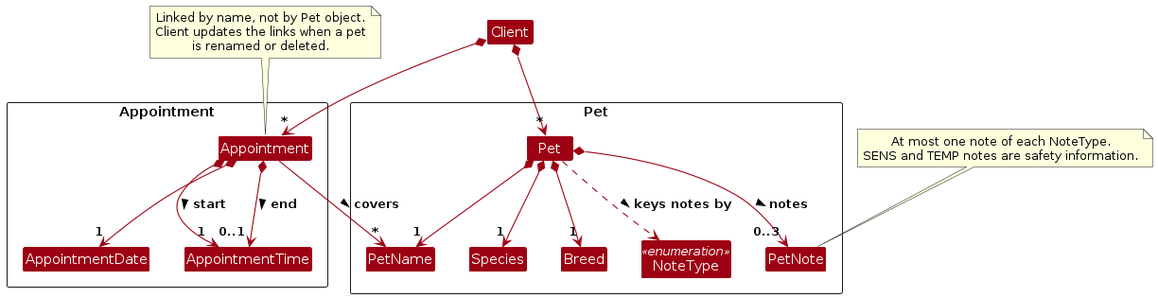
Earlier version of the PlantUML export diagrams/PetAppointmentClassDiagram.png (AY2627S1-CS2103T-T14-4/tp). Its source is kept beside it as diagrams/PetAppointmentClassDiagram.puml.
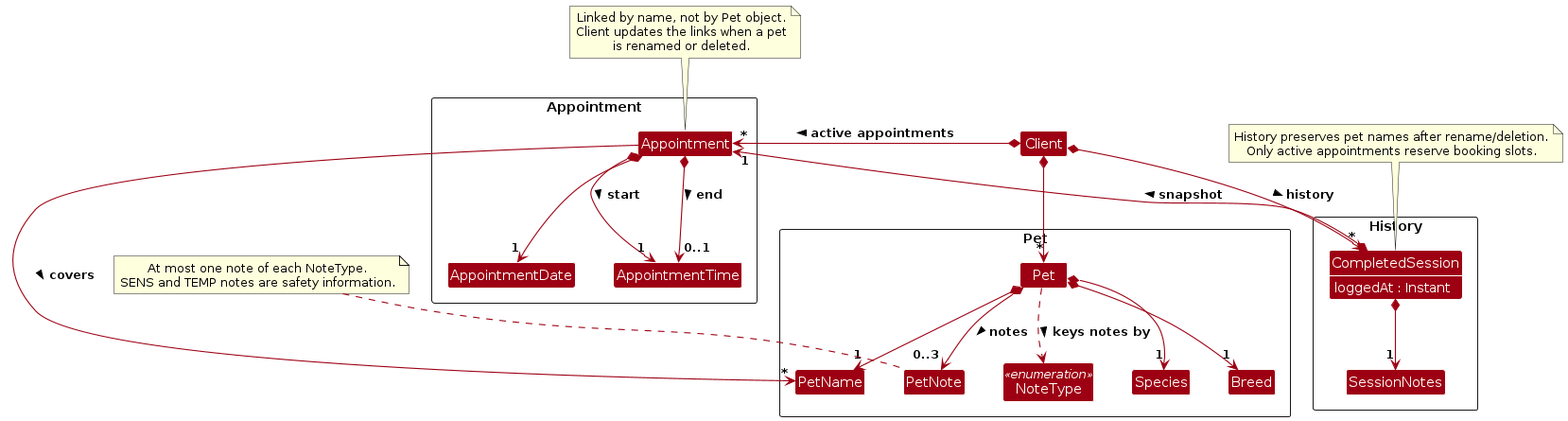
After the commit.

What changed in the source:
```diff
@@ -4,9 +4,12 @@
 skinparam arrowColor MODEL_COLOR
 skinparam classBackgroundColor MODEL_COLOR
 skinparam classAttributeIconSize 0
+skinparam classAttributeFontColor #FFFFFF
 hide circle
 hide methods
 hide empty members
+skinparam nodesep 40
+skinparam ranksep 50
 
 Class Client
 
@@ -25,8 +28,19 @@
 Class AppointmentTime
 }
 
+Package History as HistoryPackage <<Rectangle>> {
+Class CompletedSession {
+    loggedAt : Instant
+}
+Class SessionNotes
+}
+show CompletedSession fields
+
 Client *--> "*" Pet
-Client *--> "*" Appointment
+Client *-right-> "*" Appointment : active appointments >
+Client *--> "*" CompletedSession : history >
+CompletedSession *-up-> "1" Appointment : snapshot >
+CompletedSession *--> "1" SessionNotes
 
 Pet *--> "1" PetName
 Pet *--> "1" Species
@@ -44,4 +58,7 @@
 
 note "Linked by name, not by Pet object.\nClient updates the links when a pet\nis renamed or deleted." as LinkNote
 LinkNote .. Appointment
+
+note "History preserves pet names after rename/deletion.\nOnly active appointments reserve booking slots." as HistoryNote
+HistoryNote .. CompletedSession
 @enduml
```
